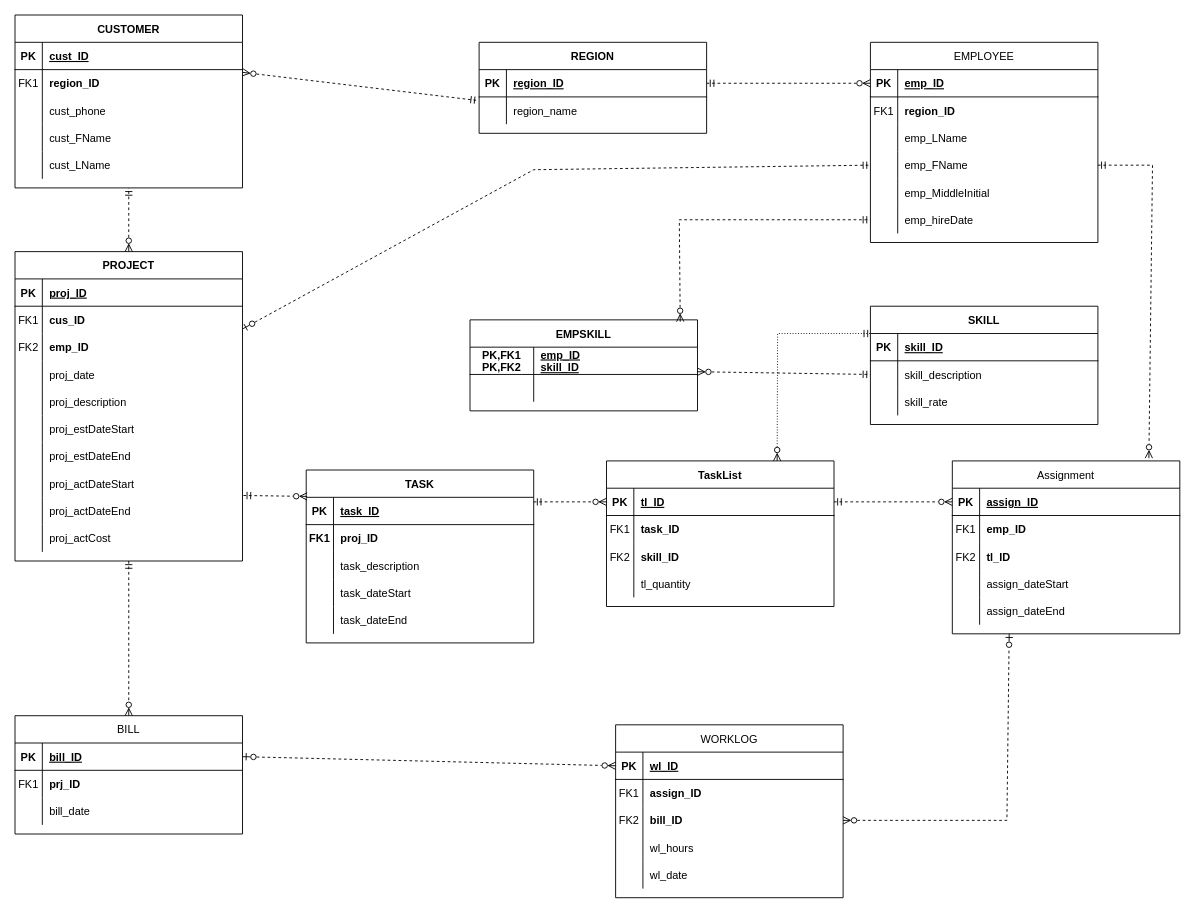
This is Case 11 ERD.drawio from kwoehrer/DatabaseHw, a draw.io file, before an edit. Source tidied: cells renumbered, new cells numbered last; positions are measured from the earlier drawing's top-left corner, leaving out a move shared by most shapes. Both pictures are drawn from the tidied source at 91%, with x=0, y=0 at pixel (15, 15).
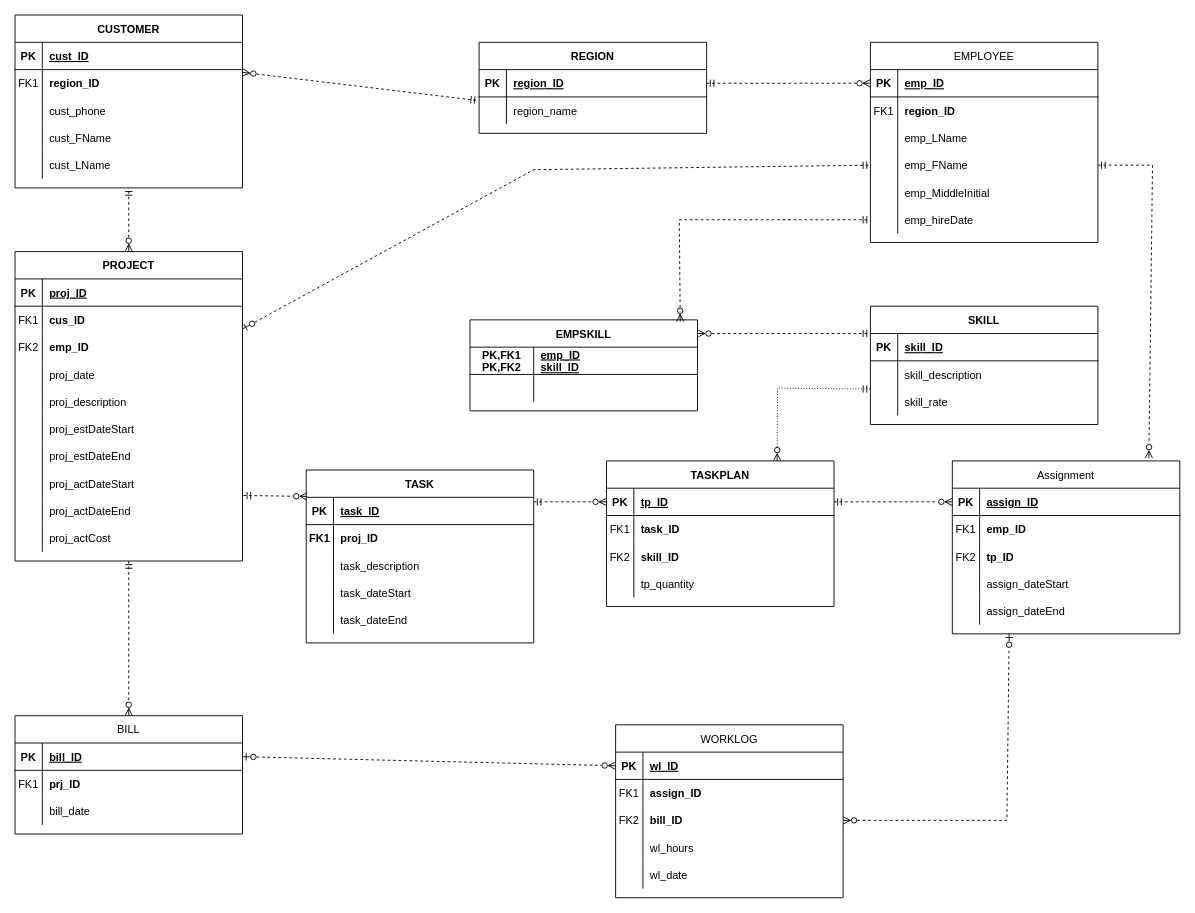
After the change.

The change refers to these unchanged cells:
```xml
<mxCell id="57" style="shape=partialRectangle;fillColor=none;points=[[0,0.5],[1,0.5]];portConstraint=eastwest;top=0;left=0;right=0;bottom=1;" parent="56" vertex="1">
  <mxGeometry y="30" width="250" height="30" as="geometry" />
</mxCell>
<mxCell id="60" style="shape=partialRectangle;fillColor=none;points=[[0,0.5],[1,0.5]];portConstraint=eastwest;top=0;left=0;right=0;bottom=0;" parent="56" vertex="1">
  <mxGeometry y="60" width="250" height="30" as="geometry" />
</mxCell>
<mxCell id="63" style="shape=partialRectangle;fillColor=none;points=[[0,0.5],[1,0.5]];portConstraint=eastwest;top=0;left=0;right=0;bottom=0;" parent="56" vertex="1">
  <mxGeometry y="90" width="250" height="30" as="geometry" />
</mxCell>
<mxCell id="92" style="shape=partialRectangle;fillColor=none;top=0;left=0;right=0;bottom=0;" parent="85" vertex="1">
  <mxGeometry y="90" width="250" height="30" as="geometry" />
</mxCell>
<mxCell id="102" style="shape=partialRectangle;fillColor=none;points=[[0,0.5],[1,0.5]];portConstraint=eastwest;top=0;left=0;right=0;bottom=1;" parent="101" vertex="1">
  <mxGeometry y="30" width="250" height="30" as="geometry" />
</mxCell>
<mxCell id="141" style="shape=partialRectangle;fillColor=none;points=[[0,0.5],[1,0.5]];portConstraint=eastwest;top=0;left=0;right=0;bottom=1;" parent="140" vertex="1">
  <mxGeometry y="30" width="250" height="30" as="geometry" />
</mxCell>
<mxCell id="150" style="shape=partialRectangle;fillColor=none;top=0;left=0;right=0;bottom=0;" parent="140" vertex="1">
  <mxGeometry y="120" width="250" height="30" as="geometry" />
</mxCell>
```

Diff of the diagram source:
```diff
@@
-    <mxCell id="94" value="tl_ID" style="shape=partialRectangle;overflow=hidden;fillColor=none;top=0;left=0;bottom=0;right=0;align=left;spacingLeft=6;fontStyle=1;" parent="92" vertex="1">
+    <mxCell id="94" value="tp_ID" style="shape=partialRectangle;overflow=hidden;fillColor=none;top=0;left=0;bottom=0;right=0;align=left;spacingLeft=6;fontStyle=1;" parent="92" vertex="1">
       <mxGeometry x="30" width="220" height="30" as="geometry" />
     </mxCell>
@@
-    <mxCell id="140" value="TaskList" style="shape=table;startSize=30;childLayout=tableLayout;rowLines=0;fontStyle=1;align=center;" parent="1" vertex="1">
+    <mxCell id="140" value="TASKPLAN" style="shape=table;startSize=30;childLayout=tableLayout;rowLines=0;fontStyle=1;align=center;" parent="1" vertex="1">
       <mxGeometry x="650" y="490" width="250" height="160" as="geometry" />
     </mxCell>
@@
-    <mxCell id="143" value="tl_ID" style="shape=partialRectangle;overflow=hidden;fillColor=none;top=0;left=0;bottom=0;right=0;align=left;spacingLeft=6;fontStyle=5;" parent="141" vertex="1">
+    <mxCell id="143" value="tp_ID" style="shape=partialRectangle;overflow=hidden;fillColor=none;top=0;left=0;bottom=0;right=0;align=left;spacingLeft=6;fontStyle=5;" parent="141" vertex="1">
       <mxGeometry x="30" width="220" height="30" as="geometry" />
     </mxCell>
@@
-    <mxCell id="152" value="tl_quantity" style="shape=partialRectangle;overflow=hidden;fillColor=none;top=0;left=0;bottom=0;right=0;align=left;spacingLeft=6;" parent="150" vertex="1">
+    <mxCell id="152" value="tp_quantity" style="shape=partialRectangle;overflow=hidden;fillColor=none;top=0;left=0;bottom=0;right=0;align=left;spacingLeft=6;" parent="150" vertex="1">
       <mxGeometry x="30" width="220" height="30" as="geometry" />
     </mxCell>
@@
-    <mxCell id="156" style="endArrow=ERmandOne;html=1;rounded=0;dashed=1;strokeColor=#000000;entryX=0;entryY=0.5;entryDx=0;entryDy=0;startArrow=ERzeroToMany;startFill=0;endFill=0;exitX=1;exitY=0.9;exitDx=0;exitDy=0;exitPerimeter=0;" parent="1" edge="1" source="102" target="60">
-      <mxGeometry relative="1" as="geometry" />
+    <mxCell id="156" style="endArrow=ERmandOne;html=1;rounded=0;dashed=1;strokeColor=#000000;startArrow=ERzeroToMany;startFill=0;endFill=0;" parent="1" edge="1">
+      <mxGeometry relative="1" as="geometry">
+        <mxPoint x="750" y="350" as="sourcePoint" />
+        <mxPoint x="940" y="350" as="targetPoint" />
+      </mxGeometry>
     </mxCell>
@@
-    <mxCell id="163" style="endArrow=ERmandOne;html=1;rounded=0;dashed=1;dashPattern=1 2;strokeColor=#000000;entryX=0.004;entryY=0;entryDx=0;entryDy=0;entryPerimeter=0;exitX=0.75;exitY=0;exitDx=0;exitDy=0;startArrow=ERzeroToMany;startFill=0;endFill=0;" parent="1" edge="1" source="140" target="57">
+    <mxCell id="163" style="endArrow=ERmandOne;html=1;rounded=0;dashed=1;dashPattern=1 2;strokeColor=#000000;entryX=0;entryY=0.033;entryDx=0;entryDy=0;entryPerimeter=0;exitX=0.75;exitY=0;exitDx=0;exitDy=0;startArrow=ERzeroToMany;startFill=0;endFill=0;" parent="1" edge="1" source="140" target="63">
       <mxGeometry relative="1" as="geometry">
         <Array as="points">
-          <mxPoint x="838" y="350" />
+          <mxPoint x="838" y="410" />
         </Array>
       </mxGeometry>
     </mxCell>
```
